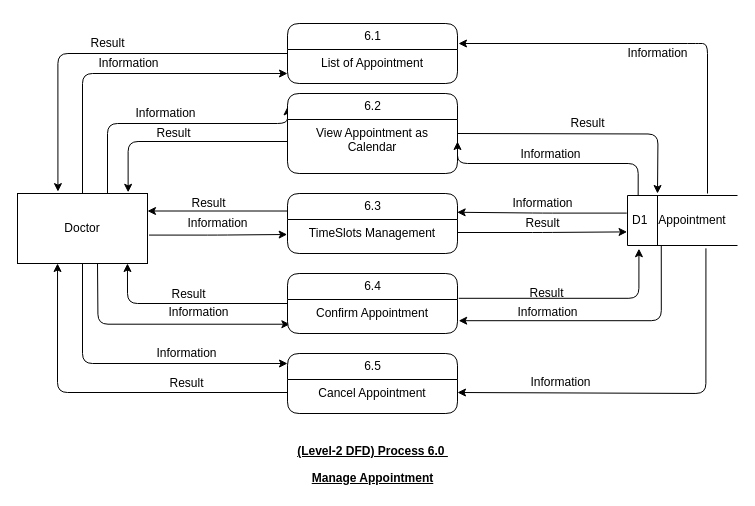
Before: page "6.0" (1 of 5) of resources/dfd/Doctor/DFD-Doctor.drawio in vanluong94/aptech-doccure, a draw.io diagram. Source tidied: cells renumbered, new cells numbered last; positions are measured from the earlier drawing's top-left corner, leaving out a move shared by most shapes. Both pictures are drawn from the tidied source at 100%, with x=0, y=0 at pixel (17, 23).
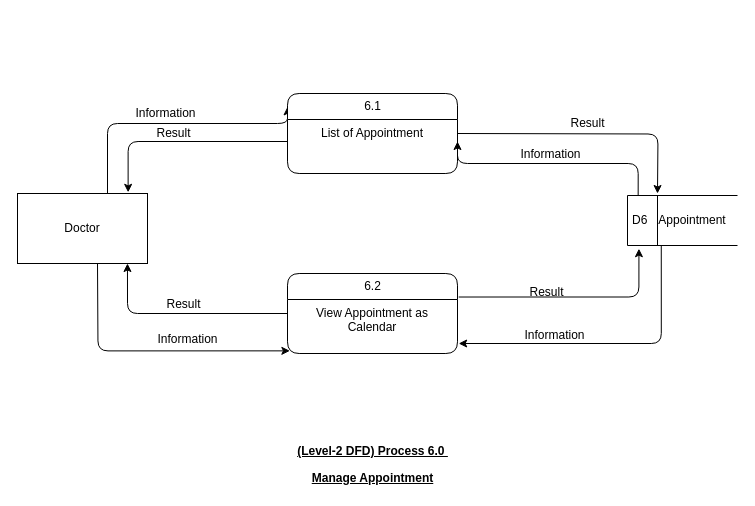
Above is the later version.

The change refers to these unchanged cells:
```xml
<mxCell id="12" value="Doctor" style="whiteSpace=wrap;html=1;fontFamily=Helvetica;fontColor=#000000;fontSize=12;rounded=0;" parent="1" vertex="1">
  <mxGeometry y="170" width="130" height="70" as="geometry" />
</mxCell>
```

The edit, as a diff of the source:
```diff
@@
-    <mxCell id="2" value="Information" style="edgeStyle=orthogonalEdgeStyle;jettySize=auto;entryX=-0.002;entryY=0.577;entryDx=0;entryDy=0;exitX=1.012;exitY=0.594;exitDx=0;exitDy=0;exitPerimeter=0;entryPerimeter=0;labelBackgroundColor=none;verticalAlign=middle;html=1;horizontal=1;labelPosition=center;verticalLabelPosition=middle;align=center;spacingLeft=0;jumpStyle=none;shadow=0;startSize=2;fontFamily=Helvetica;fontColor=#000000;fontSize=12;" parent="1" edge="1" source="12" target="19">
-      <mxGeometry y="11" relative="1" as="geometry" />
-    </mxCell>
-    <mxCell id="3" value="Result" style="edgeStyle=orthogonalEdgeStyle;jettySize=auto;html=1;entryX=0.311;entryY=-0.027;entryDx=0;entryDy=0;entryPerimeter=0;labelBackgroundColor=none;fontFamily=Helvetica;fontColor=#000000;fontSize=12;" parent="1" edge="1" source="4" target="12">
-      <mxGeometry x="-0.02" y="-10" relative="1" as="geometry" />
-    </mxCell>
-    <mxCell id="4" value="6.1" style="swimlane;html=1;fontStyle=0;horizontal=1;startSize=26;swimlaneFillColor=#ffffff;align=center;shadow=0;comic=0;labelBackgroundColor=none;strokeWidth=1;fontFamily=Helvetica;fontSize=12;fontColor=#000000;rounded=1;" parent="1" vertex="1">
-      <mxGeometry x="270" width="170" height="60" as="geometry" />
-    </mxCell>
-    <mxCell id="5" value="&lt;span id=&quot;docs-internal-guid-320376ae-7fff-5564-11ea-6936158cb16e&quot; style=&quot;font-size: 12px&quot;&gt;&lt;span style=&quot;font-size: 12px ; background-color: transparent ; vertical-align: baseline&quot;&gt;List of Appointment&lt;/span&gt;&lt;/span&gt;" style="text;html=1;strokeColor=none;fillColor=none;spacingLeft=4;spacingRight=4;whiteSpace=wrap;overflow=hidden;fontFamily=Helvetica;fontColor=#000000;fontSize=12;align=center;rounded=1;" parent="4" vertex="1">
-      <mxGeometry y="26" width="170" height="26" as="geometry" />
-    </mxCell>
@@
-    <mxCell id="9" value="Information" style="edgeStyle=orthogonalEdgeStyle;jettySize=auto;html=1;labelBackgroundColor=none;fontFamily=Helvetica;fontColor=#000000;fontSize=12;" parent="1" edge="1" source="12">
-      <mxGeometry x="0.34" y="10" relative="1" as="geometry">
-        <mxPoint x="270" y="340" as="targetPoint" />
-        <Array as="points">
-          <mxPoint x="65" y="340" />
-          <mxPoint x="270" y="340" />
-        </Array>
-      </mxGeometry>
-    </mxCell>
-    <mxCell id="10" value="Information" style="edgeStyle=orthogonalEdgeStyle;orthogonalLoop=1;jettySize=auto;html=1;labelBackgroundColor=none;fontFamily=Helvetica;fontColor=#000000;fontSize=12;" parent="1" edge="1">
-      <mxGeometry x="0.02" y="10" relative="1" as="geometry">
-        <mxPoint x="65" y="170" as="sourcePoint" />
-        <mxPoint x="270" y="50" as="targetPoint" />
-        <Array as="points">
-          <mxPoint x="65" y="50" />
-          <mxPoint x="270" y="50" />
-        </Array>
-      </mxGeometry>
-    </mxCell>
@@
-    <mxCell id="14" value="6.2" style="swimlane;html=1;fontStyle=0;horizontal=1;startSize=26;swimlaneFillColor=#ffffff;align=center;shadow=0;comic=0;labelBackgroundColor=none;strokeWidth=1;fontFamily=Helvetica;fontSize=12;fontColor=#000000;rounded=1;" parent="1" vertex="1">
+    <mxCell id="14" value="6.1" style="swimlane;html=1;fontStyle=0;horizontal=1;startSize=26;swimlaneFillColor=#ffffff;align=center;shadow=0;comic=0;labelBackgroundColor=none;strokeWidth=1;fontFamily=Helvetica;fontSize=12;fontColor=#000000;rounded=1;" parent="1" vertex="1">
       <mxGeometry x="270" y="70" width="170" height="80" as="geometry" />
     </mxCell>
-    <mxCell id="15" value="View Appointment as Calendar" style="text;html=1;strokeColor=none;fillColor=none;spacingLeft=4;spacingRight=4;whiteSpace=wrap;overflow=hidden;points=[[0,0.5],[1,0.5]];portConstraint=eastwest;fontFamily=Helvetica;fontColor=#000000;fontSize=12;align=center;rounded=1;" parent="14" vertex="1">
+    <mxCell id="15" value="List of Appointment" style="text;html=1;strokeColor=none;fillColor=none;spacingLeft=4;spacingRight=4;whiteSpace=wrap;overflow=hidden;points=[[0,0.5],[1,0.5]];portConstraint=eastwest;fontFamily=Helvetica;fontColor=#000000;fontSize=12;align=center;rounded=1;" parent="14" vertex="1">
       <mxGeometry y="26" width="170" height="44" as="geometry" />
     </mxCell>
-    <mxCell id="16" style="edgeStyle=orthogonalEdgeStyle;jettySize=auto;html=1;entryX=1;entryY=0.25;entryDx=0;entryDy=0;exitX=0;exitY=0.292;exitDx=0;exitDy=0;exitPerimeter=0;fontFamily=Helvetica;fontColor=#000000;fontSize=12;" parent="1" edge="1" source="18" target="12">
-      <mxGeometry relative="1" as="geometry" />
-    </mxCell>
-    <mxCell id="17" value="&lt;span style=&quot;font-size: 12px;&quot;&gt;Result&lt;/span&gt;" style="edgeLabel;html=1;align=center;verticalAlign=middle;labelBackgroundColor=none;fontFamily=Helvetica;fontColor=#000000;fontSize=12;rounded=1;" parent="16" vertex="1">
-      <mxGeometry x="0.27" relative="1" as="geometry">
-        <mxPoint x="9" y="-8" as="offset" />
-      </mxGeometry>
-    </mxCell>
-    <mxCell id="18" value="6.3" style="swimlane;html=1;fontStyle=0;horizontal=1;startSize=26;swimlaneFillColor=#ffffff;align=center;shadow=0;comic=0;labelBackgroundColor=none;strokeWidth=1;fontFamily=Helvetica;fontSize=12;fontColor=#000000;rounded=1;" parent="1" vertex="1">
-      <mxGeometry x="270" y="170" width="170" height="60" as="geometry" />
-    </mxCell>
-    <mxCell id="19" value="&lt;span id=&quot;docs-internal-guid-7f49682c-7fff-a4d6-9a9d-0c810e85ffbc&quot; style=&quot;font-size: 12px&quot;&gt;&lt;span style=&quot;font-size: 12px ; background-color: transparent ; vertical-align: baseline&quot;&gt;TimeSlots Management&lt;/span&gt;&lt;/span&gt;" style="text;html=1;strokeColor=none;fillColor=none;spacingLeft=4;spacingRight=4;whiteSpace=wrap;overflow=hidden;points=[[0,0.5],[1,0.5]];portConstraint=eastwest;fontFamily=Helvetica;fontColor=#000000;fontSize=12;align=center;rounded=1;" parent="18" vertex="1">
-      <mxGeometry y="26" width="170" height="26" as="geometry" />
-    </mxCell>
@@
-    <mxCell id="22" value="6.4" style="swimlane;html=1;fontStyle=0;horizontal=1;startSize=26;swimlaneFillColor=#ffffff;align=center;shadow=0;comic=0;labelBackgroundColor=none;strokeWidth=1;fontFamily=Helvetica;fontSize=12;fontColor=#000000;rounded=1;" parent="1" vertex="1">
-      <mxGeometry x="270" y="250" width="170" height="60" as="geometry" />
+    <mxCell id="22" value="6.2" style="swimlane;html=1;fontStyle=0;horizontal=1;startSize=26;swimlaneFillColor=#ffffff;align=center;shadow=0;comic=0;labelBackgroundColor=none;strokeWidth=1;fontFamily=Helvetica;fontSize=12;fontColor=#000000;rounded=1;" parent="1" vertex="1">
+      <mxGeometry x="270" y="250" width="170" height="80" as="geometry" />
     </mxCell>
-    <mxCell id="23" value="&lt;span id=&quot;docs-internal-guid-ec00c497-7fff-d599-0a47-b24389822d92&quot; style=&quot;font-size: 12px&quot;&gt;&lt;span style=&quot;font-size: 12px ; background-color: transparent ; vertical-align: baseline&quot;&gt;Confirm Appointment&lt;/span&gt;&lt;/span&gt;" style="text;html=1;strokeColor=none;fillColor=none;spacingLeft=4;spacingRight=4;whiteSpace=wrap;overflow=hidden;points=[[0,0.5],[1,0.5]];portConstraint=eastwest;fontFamily=Helvetica;fontColor=#000000;fontSize=12;align=center;rounded=1;" parent="22" vertex="1">
-      <mxGeometry y="26" width="170" height="26" as="geometry" />
+    <mxCell id="23" value="View Appointment as Calendar" style="text;html=1;strokeColor=none;fillColor=none;spacingLeft=4;spacingRight=4;whiteSpace=wrap;overflow=hidden;points=[[0,0.5],[1,0.5]];portConstraint=eastwest;fontFamily=Helvetica;fontColor=#000000;fontSize=12;align=center;rounded=1;" parent="22" vertex="1">
+      <mxGeometry y="26" width="170" height="54" as="geometry" />
     </mxCell>
-    <mxCell id="24" value="6.5" style="swimlane;html=1;fontStyle=0;horizontal=1;startSize=26;swimlaneFillColor=#ffffff;align=center;shadow=0;comic=0;labelBackgroundColor=none;strokeWidth=1;fontFamily=Helvetica;fontSize=12;fontColor=#000000;rounded=1;" parent="1" vertex="1">
-      <mxGeometry x="270" y="330" width="170" height="60" as="geometry" />
-    </mxCell>
-    <mxCell id="25" value="&lt;span id=&quot;docs-internal-guid-54e838d1-7fff-f729-35b7-6f94d2176117&quot; style=&quot;font-size: 12px&quot;&gt;&lt;span style=&quot;font-size: 12px ; background-color: transparent ; vertical-align: baseline&quot;&gt;Cancel Appointment&lt;/span&gt;&lt;/span&gt;" style="text;html=1;strokeColor=none;fillColor=none;spacingLeft=4;spacingRight=4;whiteSpace=wrap;overflow=hidden;points=[[0,0.5],[1,0.5]];portConstraint=eastwest;fontFamily=Helvetica;fontColor=#000000;fontSize=12;align=center;rounded=1;" parent="24" vertex="1">
-      <mxGeometry y="26" width="170" height="26" as="geometry" />
-    </mxCell>
@@
-    <mxCell id="27" value="&#10;&#10;&lt;span style=&quot;font-size: 12px; font-style: normal; font-weight: 400; letter-spacing: normal; text-align: center; text-indent: 0px; text-transform: none; word-spacing: 0px; display: inline; float: none;&quot;&gt;Information&lt;/span&gt;&#10;&#10;" style="edgeStyle=orthogonalEdgeStyle;jettySize=auto;html=1;entryX=0.998;entryY=0.313;entryDx=0;entryDy=0;entryPerimeter=0;exitX=-0.007;exitY=0.352;exitDx=0;exitDy=0;exitPerimeter=0;labelBackgroundColor=none;fontFamily=Helvetica;fontColor=#000000;fontSize=12;" parent="1" edge="1" source="30" target="18">
-      <mxGeometry y="-9" relative="1" as="geometry" />
-    </mxCell>
@@
-    <mxCell id="29" value="&#10;&#10;&lt;span style=&quot;font-size: 12px; font-style: normal; font-weight: 400; letter-spacing: normal; text-align: center; text-indent: 0px; text-transform: none; word-spacing: 0px; display: inline; float: none;&quot;&gt;Information&lt;/span&gt;&#10;&#10;" style="edgeStyle=orthogonalEdgeStyle;jettySize=auto;html=1;exitX=0.713;exitY=1.057;exitDx=0;exitDy=0;exitPerimeter=0;labelBackgroundColor=none;entryX=1;entryY=0.5;entryDx=0;entryDy=0;fontFamily=Helvetica;fontColor=#000000;fontSize=12;" parent="1" edge="1" source="30" target="25">
-      <mxGeometry x="0.48" y="-10" relative="1" as="geometry">
-        <Array as="points">
-          <mxPoint x="688" y="370" />
-          <mxPoint x="440" y="370" />
-        </Array>
-      </mxGeometry>
-    </mxCell>
-    <mxCell id="30" value="D1" style="html=1;dashed=0;whitespace=wrap;shape=mxgraph.dfd.dataStoreID;align=left;spacingLeft=3;points=[[0,0],[0.5,0],[1,0],[0,0.5],[1,0.5],[0,1],[0.5,1],[1,1]];fontFamily=Helvetica;fontColor=#000000;fontSize=12;rounded=1;" parent="1" vertex="1">
+    <mxCell id="30" value="D6" style="html=1;dashed=0;whitespace=wrap;shape=mxgraph.dfd.dataStoreID;align=left;spacingLeft=3;points=[[0,0],[0.5,0],[1,0],[0,0.5],[1,0.5],[0,1],[0.5,1],[1,1]];fontFamily=Helvetica;fontColor=#000000;fontSize=12;rounded=1;" parent="1" vertex="1">
       <mxGeometry x="610" y="172" width="110" height="50" as="geometry" />
     </mxCell>
-    <mxCell id="31" value="&#10;&#10;&lt;span style=&quot;font-size: 12px; font-style: normal; font-weight: 400; letter-spacing: normal; text-align: center; text-indent: 0px; text-transform: none; word-spacing: 0px; display: inline; float: none;&quot;&gt;Information&lt;/span&gt;&#10;&#10;" style="edgeStyle=orthogonalEdgeStyle;orthogonalLoop=1;jettySize=auto;html=1;labelBackgroundColor=none;fontFamily=Helvetica;fontColor=#000000;fontSize=12;" parent="1" edge="1">
-      <mxGeometry y="10" relative="1" as="geometry">
-        <mxPoint x="690" y="170" as="sourcePoint" />
-        <mxPoint x="441" y="20" as="targetPoint" />
-        <Array as="points">
-          <mxPoint x="680" y="20" />
-          <mxPoint x="440" y="20" />
-        </Array>
-      </mxGeometry>
-    </mxCell>
@@
-    <mxCell id="33" value="Result" style="edgeStyle=orthogonalEdgeStyle;jettySize=auto;html=1;entryX=-0.004;entryY=0.728;entryDx=0;entryDy=0;entryPerimeter=0;labelBackgroundColor=none;fontFamily=Helvetica;fontColor=#000000;fontSize=12;" parent="1" edge="1" source="19" target="30">
-      <mxGeometry x="0.01" y="8" relative="1" as="geometry" />
-    </mxCell>
@@
-    <mxCell id="37" value="Result" style="edgeStyle=orthogonalEdgeStyle;jettySize=auto;html=1;entryX=0.308;entryY=1;entryDx=0;entryDy=0;entryPerimeter=0;labelBackgroundColor=none;fontFamily=Helvetica;fontColor=#000000;fontSize=12;" parent="1" edge="1" source="25" target="12">
-      <mxGeometry x="-0.44" y="-9" relative="1" as="geometry" />
-    </mxCell>
```
